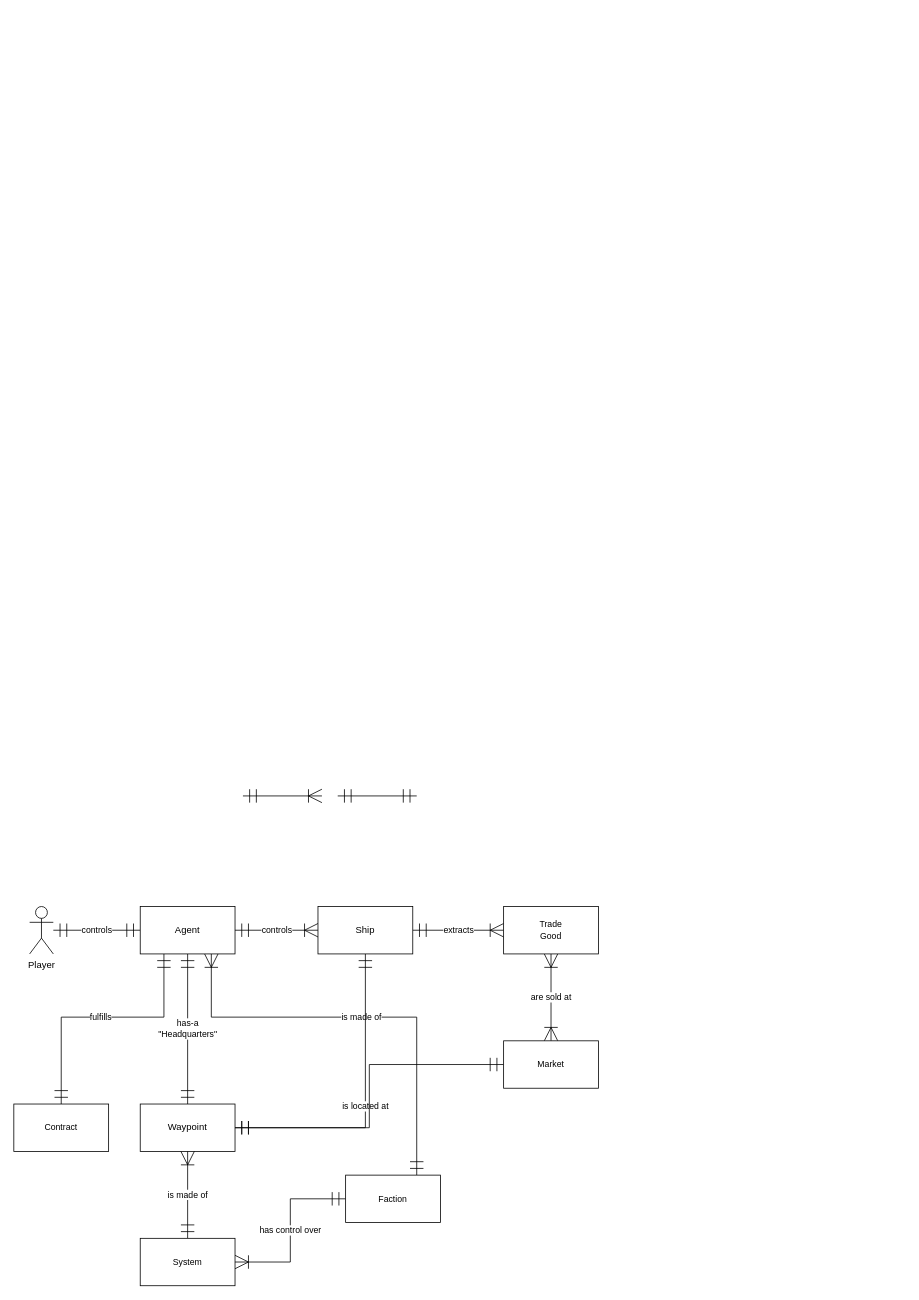
The draw.io diagram spacetraders-action-flow.drawio in zgrow/misc_bucket, before the edit. Source tidied: cells renumbered, new cells numbered last; positions are measured from the earlier drawing's top-left corner, leaving out a move shared by most shapes. Both pictures are drawn from the tidied source at 79%, with x=0, y=0 at pixel (13, 796).
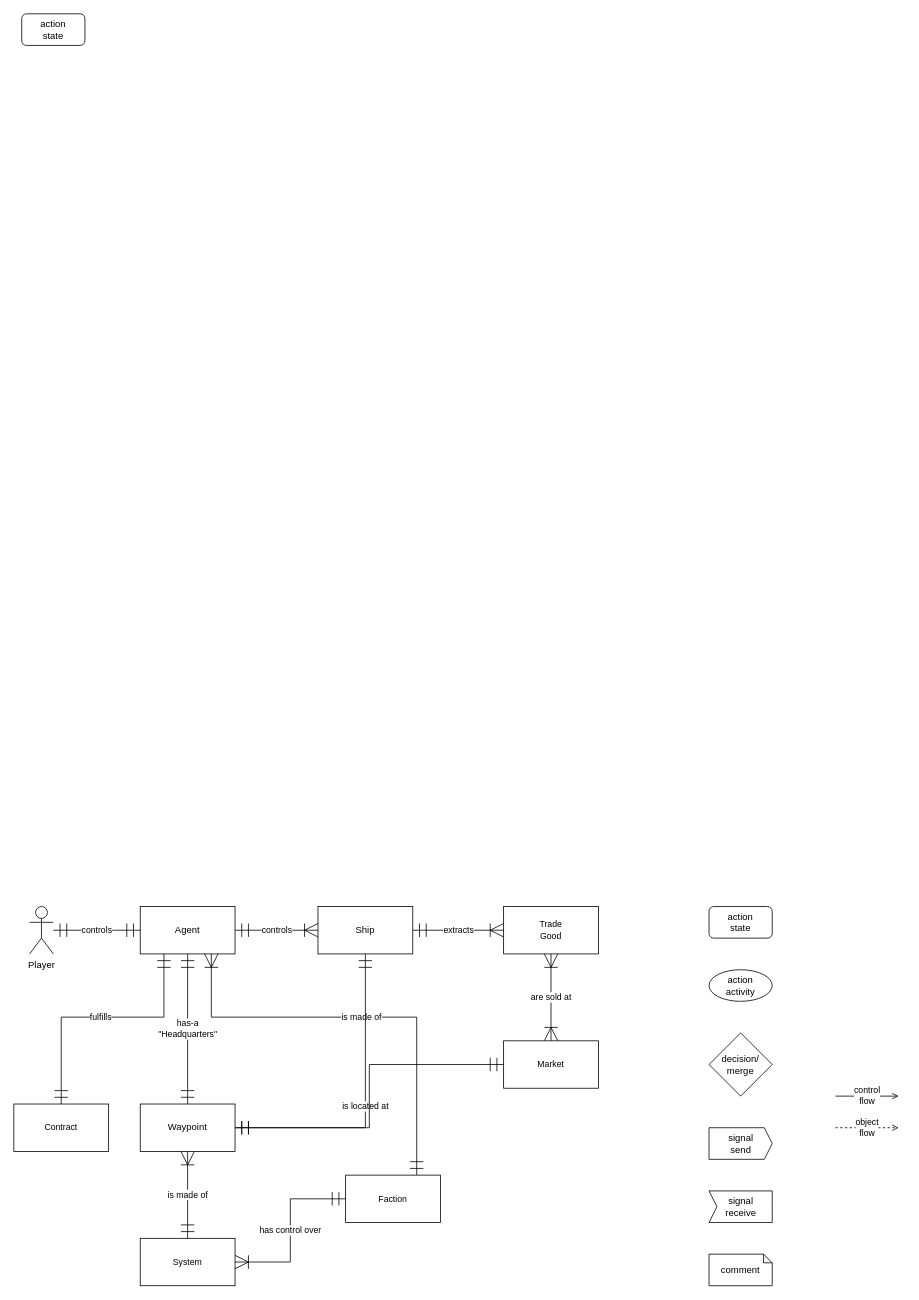
After the change.

Change to the diagram source:
```diff
@@
-    <mxCell id="13" style="edgeStyle=orthogonalEdgeStyle;rounded=0;orthogonalLoop=1;jettySize=auto;html=1;endArrow=ERoneToMany;endFill=0;endSize=15;startSize=15;startArrow=ERmandOne;startFill=0;" parent="1" edge="1">
-      <mxGeometry relative="1" as="geometry">
-        <mxPoint x="290" as="sourcePoint" />
-        <mxPoint x="390" as="targetPoint" />
-      </mxGeometry>
-    </mxCell>
-    <mxCell id="14" style="edgeStyle=orthogonalEdgeStyle;rounded=0;orthogonalLoop=1;jettySize=auto;html=1;endArrow=ERmandOne;endFill=0;endSize=15;startSize=15;startArrow=ERmandOne;startFill=0;" parent="1" edge="1">
-      <mxGeometry relative="1" as="geometry">
-        <mxPoint x="410" as="sourcePoint" />
-        <mxPoint x="510" as="targetPoint" />
-      </mxGeometry>
-    </mxCell>
-    <mxCell id="15" value="&lt;div&gt;&lt;br&gt;&lt;/div&gt;&lt;div&gt;&lt;br&gt;&lt;/div&gt;" style="edgeLabel;html=1;align=center;verticalAlign=middle;fontFamily=Helvetica;fontSize=11;fontColor=default;labelBackgroundColor=default;" parent="14" vertex="1">
-      <mxGeometry x="-0.08" y="-5" relative="1" as="geometry" />
-    </mxCell>
@@
+    <mxCell id="25" value="&lt;div&gt;decision/&lt;/div&gt;&lt;div&gt;merge&lt;br&gt;&lt;/div&gt;" style="rhombus;whiteSpace=wrap;html=1;" parent="1" vertex="1">
+      <mxGeometry x="880" y="300" width="80" height="80" as="geometry" />
+    </mxCell>
+    <mxCell id="26" value="&lt;div&gt;action&lt;/div&gt;&lt;div&gt;state&lt;br&gt;&lt;/div&gt;" style="rounded=1;whiteSpace=wrap;html=1;" parent="1" vertex="1">
+      <mxGeometry x="880" y="140" width="80" height="40" as="geometry" />
+    </mxCell>
+    <mxCell id="27" value="&lt;div&gt;action&lt;/div&gt;&lt;div&gt;activity&lt;br&gt;&lt;/div&gt;" style="ellipse;whiteSpace=wrap;html=1;" parent="1" vertex="1">
+      <mxGeometry x="880" y="220" width="80" height="40" as="geometry" />
+    </mxCell>
+    <mxCell id="28" value="&lt;div&gt;control&lt;/div&gt;&lt;div&gt;flow&lt;br&gt;&lt;/div&gt;" style="endArrow=open;html=1;rounded=0;endFill=0;" parent="1" edge="1">
+      <mxGeometry relative="1" as="geometry">
+        <mxPoint x="1040" y="380" as="sourcePoint" />
+        <mxPoint x="1120" y="380" as="targetPoint" />
+      </mxGeometry>
+    </mxCell>
+    <mxCell id="29" value="&lt;div&gt;object&lt;/div&gt;&lt;div&gt;flow&lt;br&gt;&lt;/div&gt;" style="endArrow=open;html=1;rounded=0;endFill=0;dashed=1;" parent="1" edge="1">
+      <mxGeometry relative="1" as="geometry">
+        <mxPoint x="1040" y="420" as="sourcePoint" />
+        <mxPoint x="1120" y="420" as="targetPoint" />
+      </mxGeometry>
+    </mxCell>
+    <mxCell id="30" value="&lt;div&gt;signal&lt;/div&gt;&lt;div&gt;send&lt;br&gt;&lt;/div&gt;" style="html=1;shadow=0;dashed=0;align=center;verticalAlign=middle;shape=mxgraph.arrows2.arrow;dy=0;dx=10;notch=0;" parent="1" vertex="1">
+      <mxGeometry x="880" y="420" width="80" height="40" as="geometry" />
+    </mxCell>
+    <mxCell id="31" value="&lt;div&gt;signal&lt;/div&gt;&lt;div&gt;receive&lt;br&gt;&lt;/div&gt;" style="html=1;shadow=0;dashed=0;align=center;verticalAlign=middle;shape=mxgraph.arrows2.arrow;dy=0;dx=0;notch=10;" parent="1" vertex="1">
+      <mxGeometry x="880" y="500" width="80" height="40" as="geometry" />
+    </mxCell>
+    <mxCell id="32" value="comment" style="shape=note;whiteSpace=wrap;html=1;backgroundOutline=1;darkOpacity=0.05;size=11;" parent="1" vertex="1">
+      <mxGeometry x="880" y="580" width="80" height="40" as="geometry" />
+    </mxCell>
+    <mxCell id="33" value="&lt;div&gt;action&lt;/div&gt;&lt;div&gt;state&lt;br&gt;&lt;/div&gt;" style="rounded=1;whiteSpace=wrap;html=1;" parent="1" vertex="1">
+      <mxGeometry x="10" y="-990" width="80" height="40" as="geometry" />
+    </mxCell>
```
